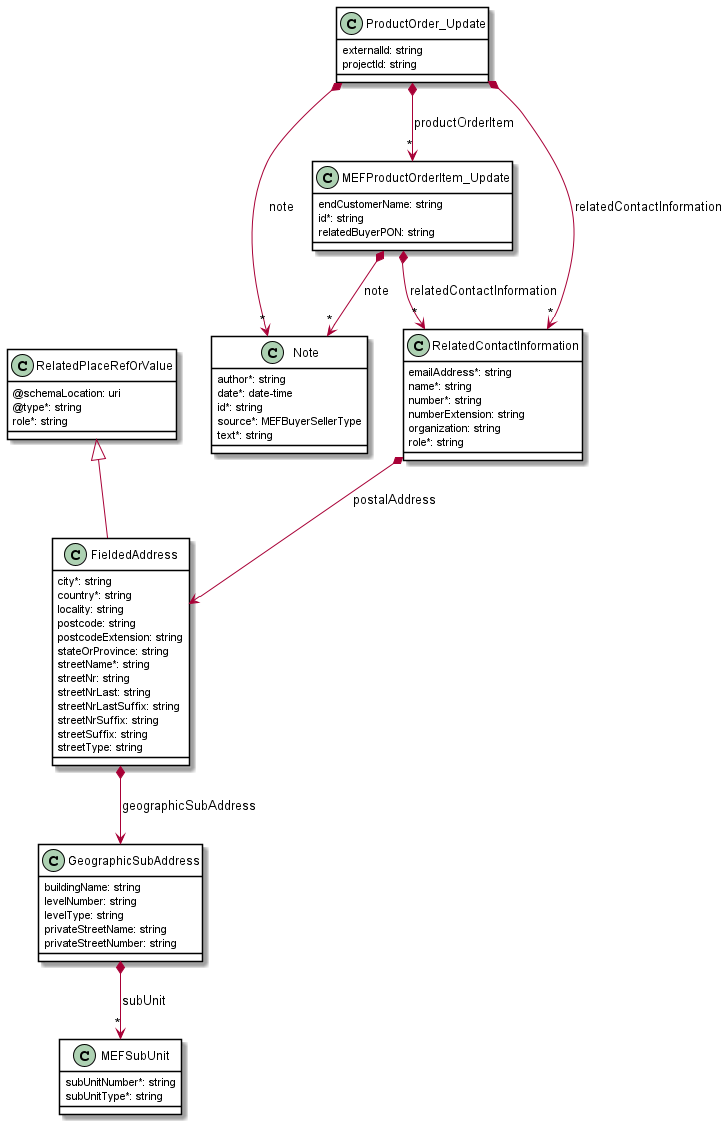
The PlantUML diagram documentation/productApi/order/media/usecase2PatchModel.png in MEF-GIT/MEF-LSO-Sonata-SDK, before a commit.
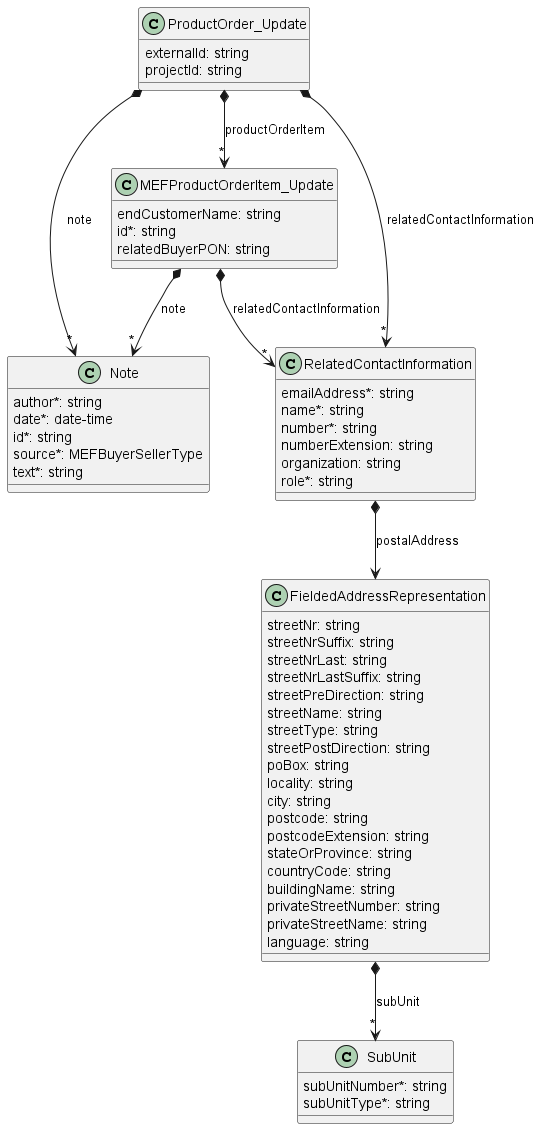
After the change.

What changed in the source:
```diff
@@ -1,49 +1,5 @@
 @startuml
-skinparam {
-    ClassBackgroundColor White
-    ClassBorderColor Black
-}
 
-
-class FieldedAddress {
-
-    city*: string
-    country*: string
-    locality: string
-    postcode: string
-    postcodeExtension: string
-    stateOrProvince: string
-    streetName*: string
-    streetNr: string
-    streetNrLast: string
-    streetNrLastSuffix: string
-    streetNrSuffix: string
-    streetSuffix: string
-    streetType: string
-}
-RelatedPlaceRefOrValue <|-- FieldedAddress
-
-FieldedAddress *--> GeographicSubAddress : geographicSubAddress
-
-class RelatedPlaceRefOrValue {
-
-    @schemaLocation: uri
-    @type*: string
-    role*: string
-}
-
-
-
-class GeographicSubAddress {
-
-    buildingName: string
-    levelNumber: string
-    levelType: string
-    privateStreetName: string
-    privateStreetNumber: string
-}
-
-GeographicSubAddress *-->"*" MEFSubUnit : subUnit
 
 
 class Note {
@@ -54,6 +10,8 @@
     source*: MEFBuyerSellerType
     text*: string
 }
+
+
 
 
 
@@ -69,8 +27,7 @@
 
 
 
-
-class MEFSubUnit {
+class SubUnit {
 
     subUnitNumber*: string
     subUnitType*: string
@@ -89,7 +46,6 @@
 
 
 
-
 class RelatedContactInformation {
 
     emailAddress*: string
@@ -100,7 +56,31 @@
     role*: string
 }
 
-RelatedContactInformation *--> FieldedAddress : postalAddress
+RelatedContactInformation *--> FieldedAddressRepresentation : postalAddress
+class FieldedAddressRepresentation {
+
+    streetNr: string
+    streetNrSuffix: string
+    streetNrLast: string
+    streetNrLastSuffix: string
+    streetPreDirection: string
+    streetName: string
+    streetType: string
+    streetPostDirection: string
+    poBox: string
+    locality: string
+    city: string
+    postcode: string
+    postcodeExtension: string
+    stateOrProvince: string
+    countryCode: string
+    buildingName: string
+    privateStreetNumber: string
+    privateStreetName: string
+    language: string
+}
+
+FieldedAddressRepresentation *-->"*" SubUnit : subUnit
 
 
 @enduml
```
